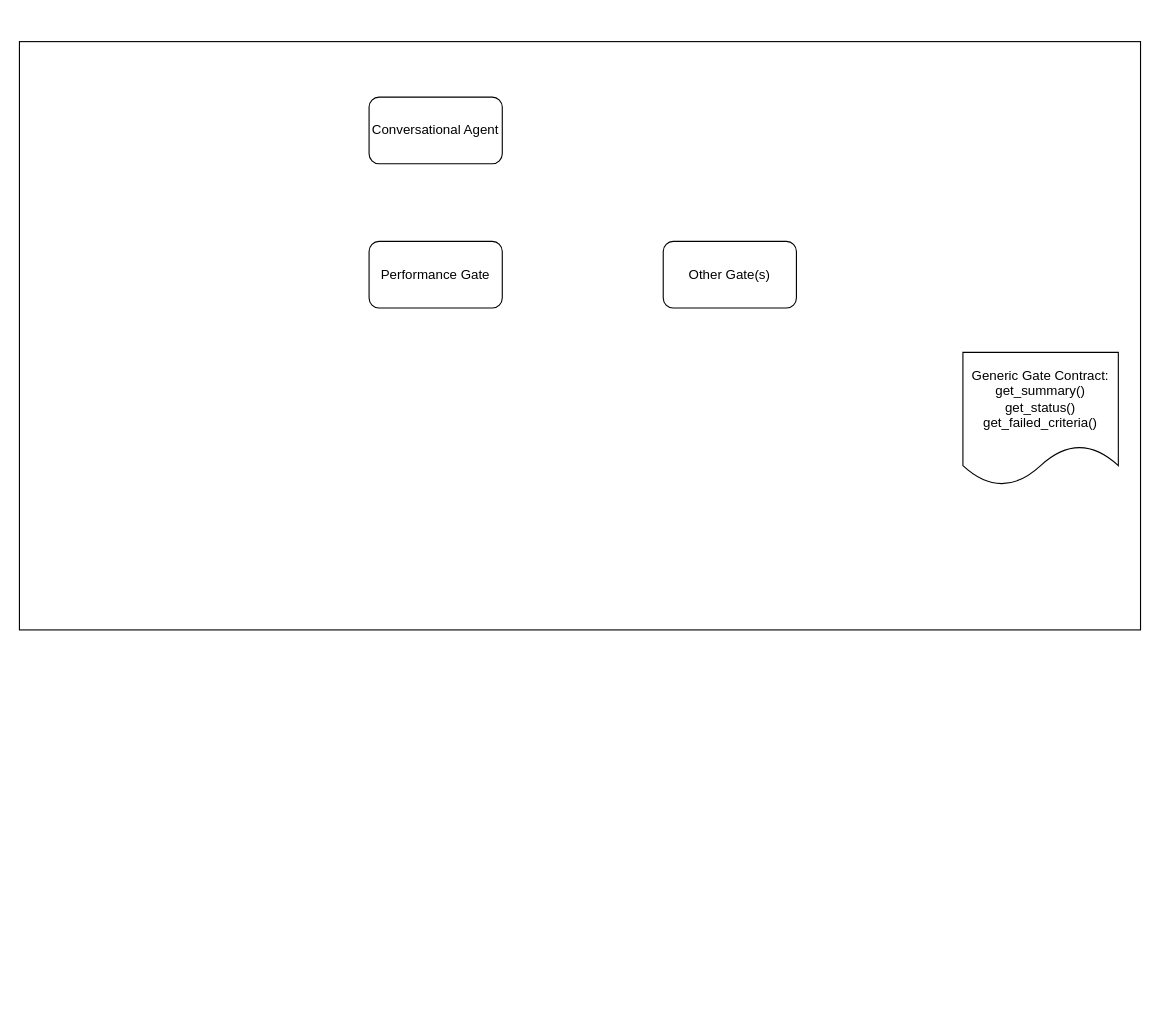
Before: docs/implementation/architecture_overview/release-compass-workflow.drawio in ZHAW-InIT-SoftwareEngineering/release-compass, a draw.io diagram. Source tidied: cells renumbered, new cells numbered last; positions are measured from the earlier drawing's top-left corner, leaving out a move shared by most shapes. Both pictures are drawn from the tidied source at 111%, with x=0, y=0 at pixel (19, 41).
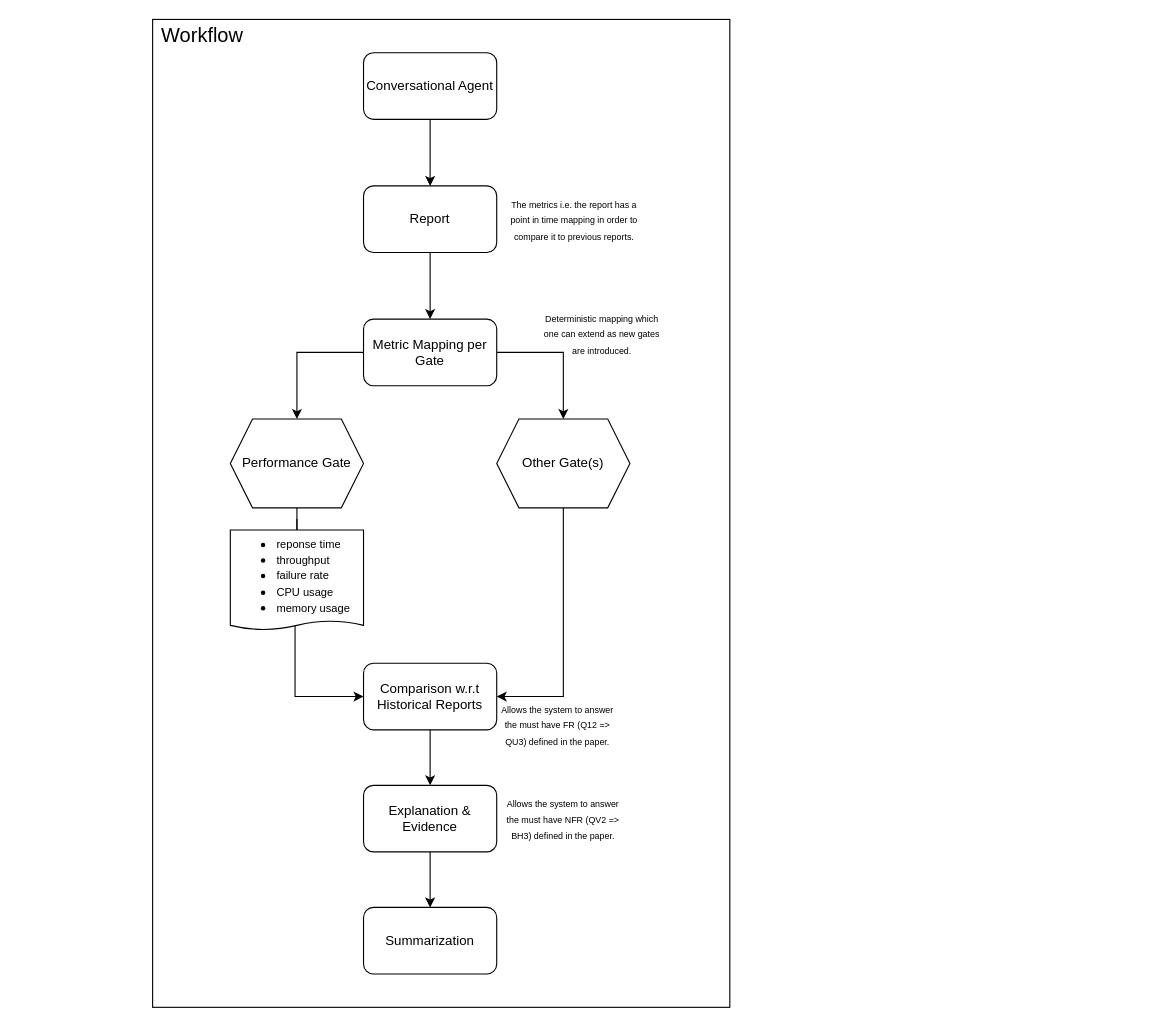
After the change.

The edit, as a diff of the source:
```diff
@@
-    <mxCell id="2" style="rounded=0;whiteSpace=wrap;html=1;" parent="1" vertex="1">
-      <mxGeometry width="1010" height="530" as="geometry" />
-    </mxCell>
+    <mxCell id="7" style="rounded=0;whiteSpace=wrap;html=1;" parent="1" vertex="1">
+      <mxGeometry x="120" y="-20" width="520" height="890" as="geometry" />
+    </mxCell>
+    <mxCell id="8" style="edgeStyle=orthogonalEdgeStyle;rounded=0;jettySize=auto;html=1;" parent="1" edge="1" source="3" target="12">
+      <mxGeometry relative="1" as="geometry" />
+    </mxCell>
     <mxCell id="3" value="Conversational Agent" style="rounded=1;whiteSpace=wrap;html=1;" parent="1" vertex="1">
-      <mxGeometry x="315" y="50" width="120" height="60" as="geometry" />
+      <mxGeometry x="310" y="10" width="120" height="60" as="geometry" />
     </mxCell>
+    <mxCell id="9" style="edgeStyle=orthogonalEdgeStyle;rounded=0;jettySize=auto;html=1;exitX=0.5;exitY=1;exitDx=0;exitDy=0;entryX=0.5;entryY=0;entryDx=0;entryDy=0;endArrow=none;endFill=0;" parent="1" edge="1" target="18">
+      <mxGeometry relative="1" as="geometry">
+        <mxPoint x="250" y="430" as="sourcePoint" />
+      </mxGeometry>
+    </mxCell>
+    <mxCell id="10" style="edgeStyle=orthogonalEdgeStyle;rounded=0;jettySize=auto;html=1;exitX=0.5;exitY=1;exitDx=0;exitDy=0;entryX=1;entryY=0.5;entryDx=0;entryDy=0;" parent="1" edge="1" source="5" target="25">
+      <mxGeometry relative="1" as="geometry">
+        <Array as="points">
+          <mxPoint x="490" y="590" />
+        </Array>
+      </mxGeometry>
+    </mxCell>
+    <mxCell id="11" style="edgeStyle=orthogonalEdgeStyle;rounded=0;jettySize=auto;html=1;" parent="1" edge="1" source="12" target="15">
+      <mxGeometry relative="1" as="geometry" />
+    </mxCell>
+    <mxCell id="12" value="Report" style="rounded=1;whiteSpace=wrap;html=1;" parent="1" vertex="1">
+      <mxGeometry x="310" y="130" width="120" height="60" as="geometry" />
+    </mxCell>
+    <mxCell id="13" style="edgeStyle=orthogonalEdgeStyle;rounded=0;jettySize=auto;html=1;exitX=0;exitY=0.5;exitDx=0;exitDy=0;entryX=0.5;entryY=0;entryDx=0;entryDy=0;" parent="1" edge="1" source="15" target="4">
+      <mxGeometry relative="1" as="geometry" />
+    </mxCell>
+    <mxCell id="14" style="edgeStyle=orthogonalEdgeStyle;rounded=0;jettySize=auto;html=1;exitX=1;exitY=0.5;exitDx=0;exitDy=0;entryX=0.5;entryY=0;entryDx=0;entryDy=0;" parent="1" edge="1" source="15" target="5">
+      <mxGeometry relative="1" as="geometry" />
+    </mxCell>
+    <mxCell id="15" value="Metric Mapping per Gate" style="rounded=1;whiteSpace=wrap;html=1;" parent="1" vertex="1">
+      <mxGeometry x="310" y="250" width="120" height="60" as="geometry" />
+    </mxCell>
+    <mxCell id="16" style="edgeStyle=orthogonalEdgeStyle;rounded=0;jettySize=auto;html=1;entryX=0;entryY=0.5;entryDx=0;entryDy=0;exitX=0.486;exitY=0.959;exitDx=0;exitDy=0;exitPerimeter=0;" parent="1" edge="1" source="18" target="25">
+      <mxGeometry relative="1" as="geometry">
+        <Array as="points">
+          <mxPoint x="248.3" y="590" />
+        </Array>
+      </mxGeometry>
+    </mxCell>
+    <mxCell id="17" style="edgeStyle=orthogonalEdgeStyle;rounded=0;jettySize=auto;html=1;endArrow=none;endFill=0;" parent="1" edge="1" source="18" target="4">
+      <mxGeometry relative="1" as="geometry" />
+    </mxCell>
+    <mxCell id="18" value="&lt;ul&gt;&lt;li&gt;&lt;font style=&quot;font-size: 10px;&quot;&gt;reponse time&amp;nbsp;&lt;/font&gt;&lt;/li&gt;&lt;li&gt;&lt;font style=&quot;font-size: 10px;&quot;&gt;throughput&lt;/font&gt;&lt;/li&gt;&lt;li&gt;&lt;font style=&quot;font-size: 10px;&quot;&gt;failure rate&lt;/font&gt;&lt;/li&gt;&lt;li&gt;&lt;font style=&quot;font-size: 10px;&quot;&gt;CPU usage&lt;/font&gt;&lt;/li&gt;&lt;li&gt;&lt;font style=&quot;font-size: 10px;&quot;&gt;memory usage&lt;/font&gt;&lt;/li&gt;&lt;/ul&gt;" style="shape=document;whiteSpace=wrap;html=1;boundedLbl=1;align=left;size=0.09090909090909091;" parent="1" vertex="1">
+      <mxGeometry x="190" y="440" width="120" height="90" as="geometry" />
+    </mxCell>
+    <mxCell id="19" value="&lt;font style=&quot;font-size: 8px;&quot;&gt;The metrics i.e. the report has a point in time mapping in order to compare it to previous reports.&lt;/font&gt;" style="text;html=1;whiteSpace=wrap;strokeColor=none;fillColor=none;align=center;verticalAlign=middle;rounded=0;" parent="1" vertex="1">
+      <mxGeometry x="440" y="135" width="120" height="50" as="geometry" />
+    </mxCell>
+    <mxCell id="20" value="&lt;font style=&quot;font-size: 8px;&quot;&gt;Deterministic mapping which one can extend as new gates are introduced.&lt;/font&gt;" style="text;html=1;whiteSpace=wrap;strokeColor=none;fillColor=none;align=center;verticalAlign=middle;rounded=0;" parent="1" vertex="1">
+      <mxGeometry x="470" y="238" width="110" height="50" as="geometry" />
+    </mxCell>
+    <mxCell id="21" value="Summarization" style="rounded=1;whiteSpace=wrap;html=1;" parent="1" vertex="1">
+      <mxGeometry x="310" y="780" width="120" height="60" as="geometry" />
+    </mxCell>
+    <mxCell id="22" style="edgeStyle=orthogonalEdgeStyle;rounded=0;jettySize=auto;html=1;exitX=0.5;exitY=1;exitDx=0;exitDy=0;" parent="1" edge="1" source="23" target="21">
+      <mxGeometry relative="1" as="geometry" />
+    </mxCell>
+    <mxCell id="23" value="Explanation &amp;amp; Evidence" style="rounded=1;whiteSpace=wrap;html=1;" parent="1" vertex="1">
+      <mxGeometry x="310" y="670" width="120" height="60" as="geometry" />
+    </mxCell>
-    <mxCell id="4" value="Performance Gate" style="rounded=1;whiteSpace=wrap;html=1;" parent="1" vertex="1">
-      <mxGeometry x="315" y="180" width="120" height="60" as="geometry" />
+    <mxCell id="4" value="Performance Gate" style="shape=hexagon;perimeter=hexagonPerimeter2;whiteSpace=wrap;html=1;shapeInside=1;fixedSize=1;" parent="1" vertex="1">
+      <mxGeometry x="190" y="340" width="120" height="80" as="geometry" />
     </mxCell>
-    <mxCell id="5" value="Other Gate(s)" style="rounded=1;whiteSpace=wrap;html=1;" parent="1" vertex="1">
-      <mxGeometry x="580" y="180" width="120" height="60" as="geometry" />
+    <mxCell id="5" value="Other Gate(s)" style="shape=hexagon;perimeter=hexagonPerimeter2;whiteSpace=wrap;html=1;shapeInside=1;fixedSize=1;" parent="1" vertex="1">
+      <mxGeometry x="430" y="340" width="120" height="80" as="geometry" />
     </mxCell>
-    <mxCell id="6" value="Generic Gate Contract:&lt;div&gt;get_summary()&lt;/div&gt;&lt;div&gt;get_status()&lt;/div&gt;&lt;div&gt;get_failed_criteria()&lt;/div&gt;" style="shape=document;whiteSpace=wrap;html=1;boundedLbl=1;" parent="1" vertex="1">
-      <mxGeometry x="850" y="280" width="140" height="120" as="geometry" />
-    </mxCell>
+    <mxCell id="24" style="edgeStyle=orthogonalEdgeStyle;rounded=0;jettySize=auto;html=1;exitX=0.5;exitY=1;exitDx=0;exitDy=0;" parent="1" edge="1" source="25" target="23">
+      <mxGeometry relative="1" as="geometry" />
+    </mxCell>
+    <mxCell id="25" value="Comparison w.r.t Historical Reports" style="rounded=1;whiteSpace=wrap;html=1;" parent="1" vertex="1">
+      <mxGeometry x="310" y="560" width="120" height="60" as="geometry" />
+    </mxCell>
+    <mxCell id="26" value="&lt;font style=&quot;font-size: 8px;&quot;&gt;Allows the system to answer the must have FR (Q12 =&amp;gt; QU3) defined in the paper.&lt;/font&gt;" style="text;html=1;whiteSpace=wrap;strokeColor=none;fillColor=none;align=center;verticalAlign=middle;rounded=0;" parent="1" vertex="1">
+      <mxGeometry x="430" y="590" width="110" height="50" as="geometry" />
+    </mxCell>
+    <mxCell id="27" value="&lt;span style=&quot;font-size: 8px;&quot;&gt;Allows the system to answer the must have NFR (QV2 =&amp;gt; BH3) defined in the paper.&lt;/span&gt;" style="text;html=1;whiteSpace=wrap;strokeColor=none;fillColor=none;align=center;verticalAlign=middle;rounded=0;" parent="1" vertex="1">
+      <mxGeometry x="435" y="675" width="110" height="50" as="geometry" />
+    </mxCell>
+    <mxCell id="28" value="&lt;font style=&quot;font-size: 18px;&quot;&gt;Workflow&lt;/font&gt;" style="text;html=1;whiteSpace=wrap;strokeColor=none;fillColor=none;align=center;verticalAlign=middle;rounded=0;" parent="1" vertex="1">
+      <mxGeometry x="120" y="-20" width="90" height="30" as="geometry" />
+    </mxCell>
```
